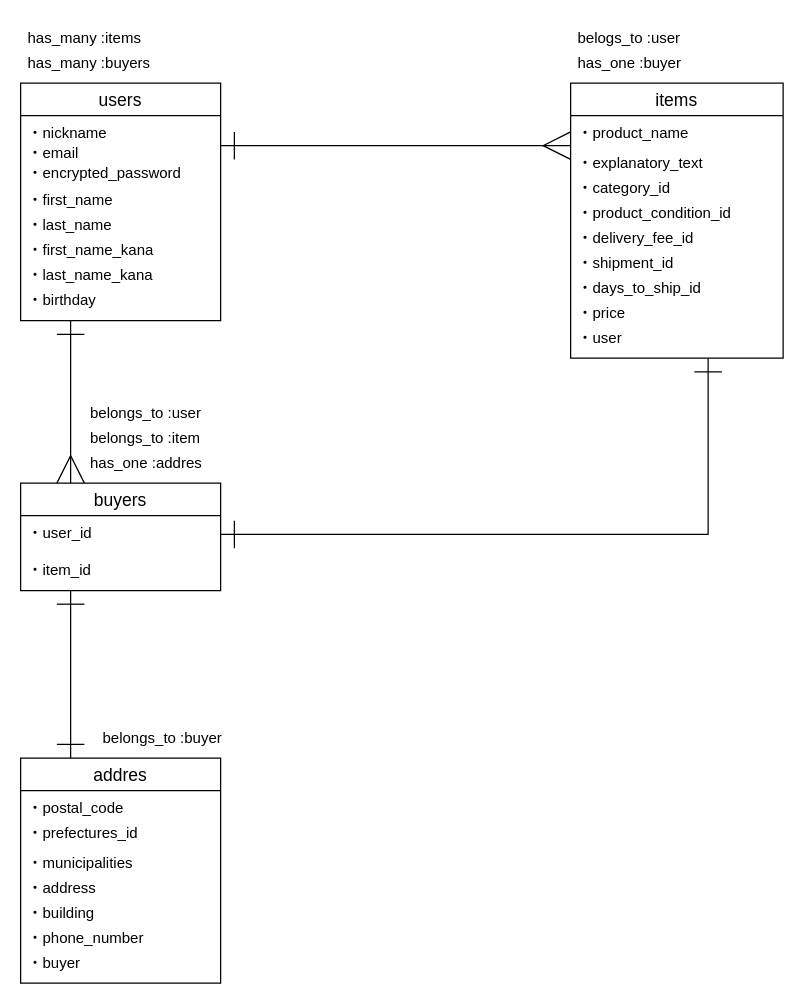
Above: furima.dio in shimazaki-koji/furima-33364 (draw.io), before the change. Source tidied: cells renumbered, new cells numbered last; positions are measured from the earlier drawing's top-left corner, leaving out a move shared by most shapes. Both pictures are drawn from the tidied source at 125%, with x=0, y=0 at pixel (20, 20).
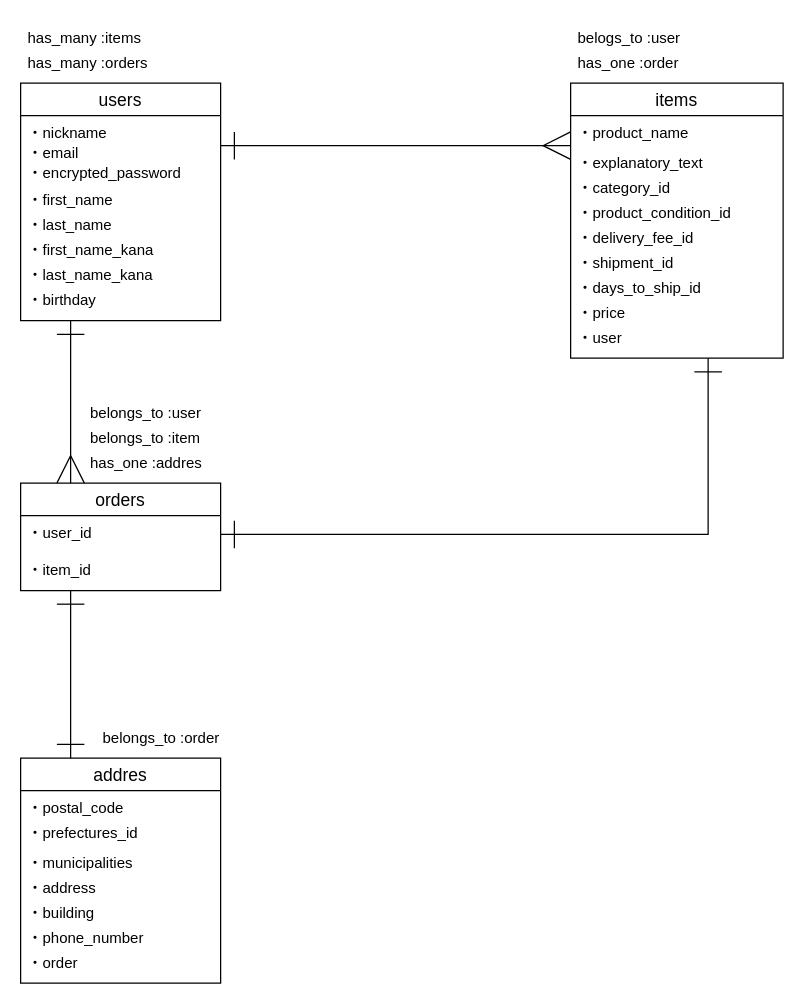
The same diagram, later.

Unchanged cells that the change refers to:
```xml
<mxCell id="25" value="addres" style="swimlane;fontStyle=0;horizontal=1;startSize=26;align=center;fontSize=14;" parent="1" vertex="1">
  <mxGeometry y="590" width="160" height="180" as="geometry" />
</mxCell>
```

Diff of the diagram source:
```diff
@@
-    <mxCell id="22" value="buyers" style="swimlane;fontStyle=0;horizontal=1;startSize=26;align=center;fontSize=14;" parent="1" vertex="1">
+    <mxCell id="22" value="orders" style="swimlane;fontStyle=0;horizontal=1;startSize=26;align=center;fontSize=14;" parent="1" vertex="1">
       <mxGeometry y="370" width="160" height="86" as="geometry" />
     </mxCell>
@@
-    <mxCell id="32" value="・buyer" style="text;strokeColor=none;fillColor=none;spacingLeft=4;spacingRight=4;overflow=hidden;fontSize=12;" parent="25" vertex="1">
+    <mxCell id="32" value="・order" style="text;strokeColor=none;fillColor=none;spacingLeft=4;spacingRight=4;overflow=hidden;fontSize=12;" parent="25" vertex="1">
       <mxGeometry y="150" width="160" height="30" as="geometry" />
     </mxCell>
@@
-    <mxCell id="34" value="has_many :buyers" style="text;strokeColor=none;fillColor=none;spacingLeft=4;spacingRight=4;overflow=hidden;fontSize=12;" parent="1" vertex="1">
+    <mxCell id="34" value="has_many :orders" style="text;strokeColor=none;fillColor=none;spacingLeft=4;spacingRight=4;overflow=hidden;fontSize=12;" parent="1" vertex="1">
       <mxGeometry y="20" width="160" height="30" as="geometry" />
     </mxCell>
@@
-    <mxCell id="36" value="has_one :buyer" style="text;strokeColor=none;fillColor=none;spacingLeft=4;spacingRight=4;overflow=hidden;fontSize=12;" parent="1" vertex="1">
+    <mxCell id="36" value="has_one :order" style="text;strokeColor=none;fillColor=none;spacingLeft=4;spacingRight=4;overflow=hidden;fontSize=12;" parent="1" vertex="1">
       <mxGeometry x="440" y="20" width="160" height="30" as="geometry" />
     </mxCell>
@@
-    <mxCell id="40" value="belongs_to :buyer" style="text;strokeColor=none;fillColor=none;spacingLeft=4;spacingRight=4;overflow=hidden;fontSize=12;" parent="1" vertex="1">
+    <mxCell id="40" value="belongs_to :order" style="text;strokeColor=none;fillColor=none;spacingLeft=4;spacingRight=4;overflow=hidden;fontSize=12;" parent="1" vertex="1">
       <mxGeometry x="60" y="560" width="160" height="30" as="geometry" />
     </mxCell>
```
